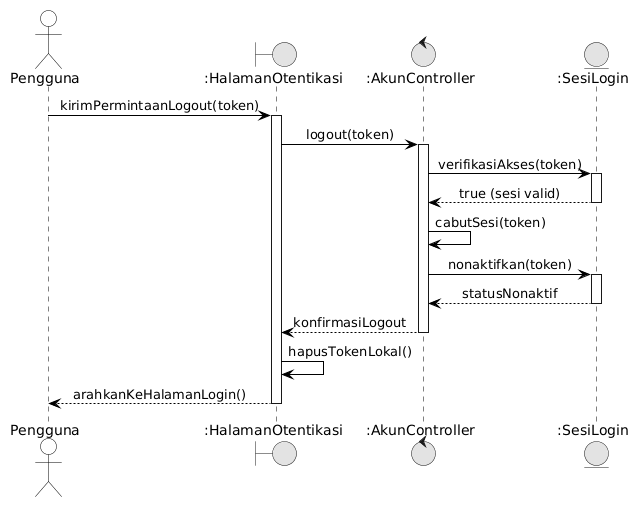
ghaniyul/IF2150-RPL-K01-G02 keeps this PlantUML diagram as docs/M7/assets/diagram/Sequence_UC04_Normal.png. Above is the earlier version.
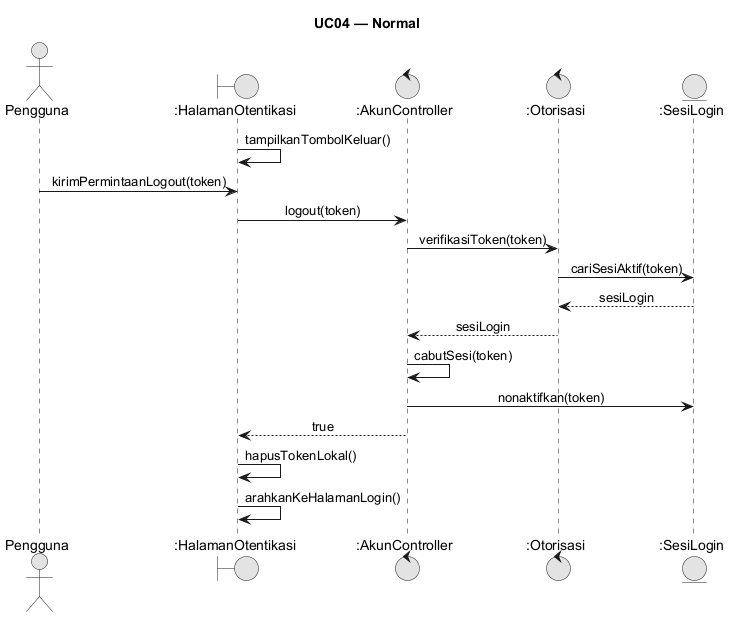
The same file after the commit.

Diff of the diagram source:
```diff
@@ -4,46 +4,23 @@
 skinparam defaultFontName Arial
 skinparam sequenceMessageAlign center
 skinparam backgroundColor #FFFFFF
-
-skinparam participant {
-    BackgroundColor #FFFFFF
-    BorderColor #000000
-}
-skinparam actor {
-    BackgroundColor #FFFFFF
-    BorderColor #000000
-}
-skinparam sequence {
-    LifeLineBackgroundColor #FFFFFF
-    LifeLineBorderColor #000000
-    ArrowColor #000000
-    ActorBorderColor #000000
-    ActorBackgroundColor #FFFFFF
-    GroupBorderColor #000000
-    GroupBackgroundColor #FFFFFF
-}
-
+skinparam responseMessageBelowArrow true
+title UC04 — Normal
 actor "Pengguna" as User
-boundary ":HalamanOtentikasi" as UI
-control ":AkunController" as Ctrl
+boundary ":HalamanOtentikasi" as UIo
+control ":AkunController" as AC
+control ":Otorisasi" as Oto
 entity ":SesiLogin" as Sesi
-
-User -> UI: kirimPermintaanLogout(token)
-activate UI
-UI -> Ctrl: logout(token)
-activate Ctrl
-Ctrl -> Sesi: verifikasiAkses(token)
-activate Sesi
-Sesi --> Ctrl: true (sesi valid)
-deactivate Sesi
-Ctrl -> Ctrl: cabutSesi(token)
-Ctrl -> Sesi: nonaktifkan(token)
-activate Sesi
-Sesi --> Ctrl: statusNonaktif
-deactivate Sesi
-Ctrl --> UI: konfirmasiLogout
-deactivate Ctrl
-UI -> UI: hapusTokenLokal()
-UI --> User: arahkanKeHalamanLogin()
-deactivate UI
+UIo -> UIo: tampilkanTombolKeluar()
+User -> UIo: kirimPermintaanLogout(token)
+UIo -> AC: logout(token)
+AC -> Oto: verifikasiToken(token)
+Oto -> Sesi: cariSesiAktif(token)
+Sesi --> Oto: sesiLogin
+Oto --> AC: sesiLogin
+AC -> AC: cabutSesi(token)
+AC -> Sesi: nonaktifkan(token)
+AC --> UIo: true
+UIo -> UIo: hapusTokenLokal()
+UIo -> UIo: arahkanKeHalamanLogin()
 @enduml
```
